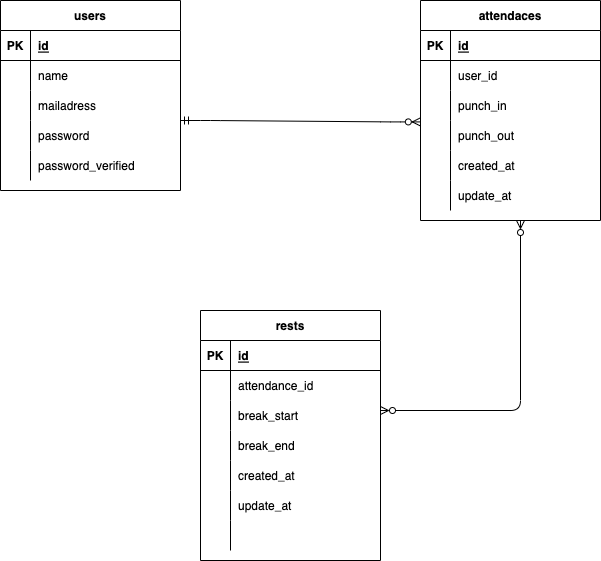
Earlier version of the draw.io export index.drawio.png (candyman5667/kintaikanriapp). Source tidied: cells renumbered, new cells last; positions are measured from the earlier drawing's top-left corner, leaving out a move shared by most shapes.
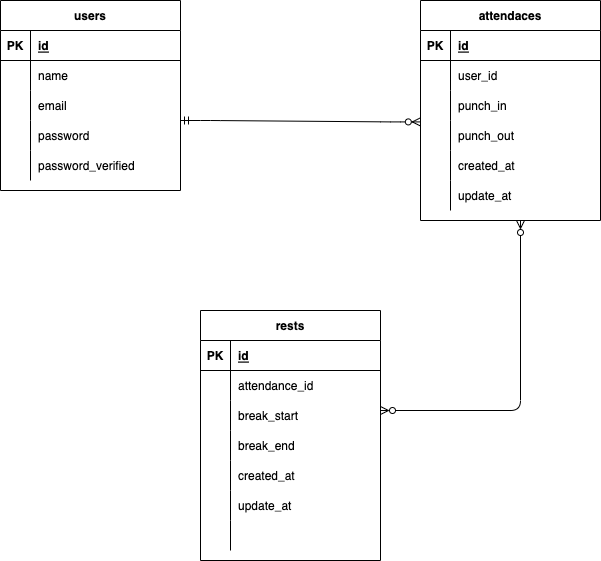
Above is the later version.

Diff of the diagram source:
```diff
@@ -29,7 +29,7 @@
     <mxCell id="10" style="shape=partialRectangle;fillColor=none;top=0;left=0;bottom=0;right=0;overflow=hidden;" parent="9" vertex="1">
       <mxGeometry width="30" height="30" as="geometry" />
     </mxCell>
-    <mxCell id="11" value="mailadress" style="shape=partialRectangle;fillColor=none;top=0;left=0;bottom=0;right=0;align=left;spacingLeft=6;overflow=hidden;" parent="9" vertex="1">
+    <mxCell id="11" value="email" style="shape=partialRectangle;fillColor=none;top=0;left=0;bottom=0;right=0;align=left;spacingLeft=6;overflow=hidden;" parent="9" vertex="1">
       <mxGeometry x="30" width="150" height="30" as="geometry" />
     </mxCell>
     <mxCell id="12" style="shape=partialRectangle;fillColor=none;top=0;left=0;bottom=0;right=0;" parent="2" vertex="1">
```
